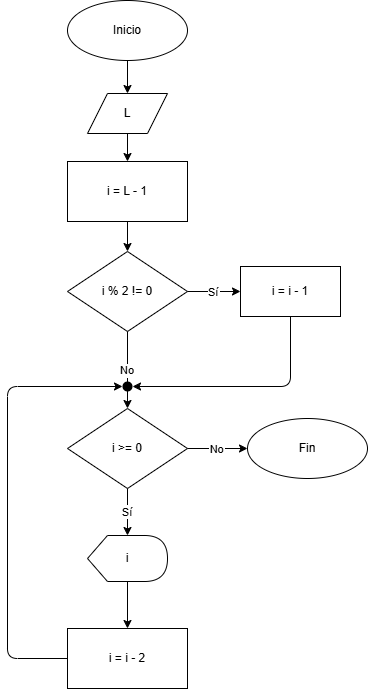
Above: chapter4/dfd/dfd4.5.7_10.png in UPclopezpAalgorithmsBook/solutions (draw.io), before the change. Source tidied: cells renumbered, new cells last; positions are measured from the earlier drawing's top-left corner, leaving out a move shared by most shapes.
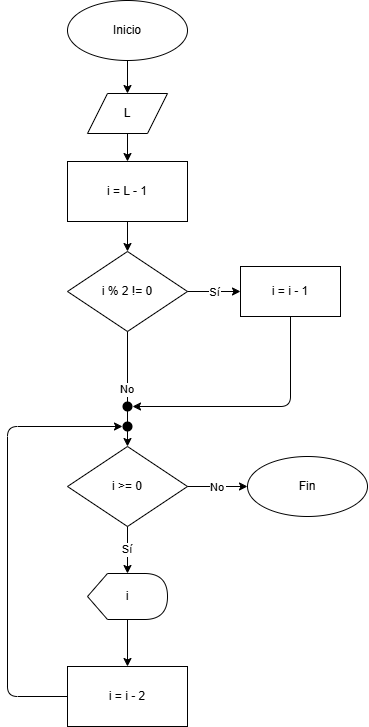
Above is the later version.

Change to the diagram source:
```diff
@@ -2,24 +2,60 @@
   <root>
     <mxCell id="0" />
     <mxCell id="1" parent="0" />
-    <mxCell id="2" parent="1" edge="1">
-      <mxGeometry relative="1" as="geometry">
-        <mxPoint x="60" y="381" as="targetPoint" />
-        <Array as="points">
-          <mxPoint y="491" />
-          <mxPoint y="381" />
-        </Array>
-      </mxGeometry>
-    </mxCell>
-    <mxCell id="3" style="endArrow=classic;html=1;exitX=0;exitY=0.5;exitDx=0;exitDy=0;entryX=0;entryY=0.5;entryDx=0;entryDy=0;" parent="1" edge="1">
-      <mxGeometry relative="1" as="geometry">
-        <mxPoint x="60" y="201" as="targetPoint" />
-        <Array as="points">
-          <mxPoint y="441" />
-          <mxPoint y="201" />
-        </Array>
-      </mxGeometry>
-    </mxCell>
+    <mxCell id="24" parent="1" edge="1">
+      <mxGeometry relative="1" as="geometry">
+        <mxPoint x="60" y="381" as="targetPoint" />
+        <Array as="points">
+          <mxPoint y="491" />
+          <mxPoint y="381" />
+        </Array>
+      </mxGeometry>
+    </mxCell>
+    <mxCell id="25" style="endArrow=classic;html=1;exitX=0;exitY=0.5;exitDx=0;exitDy=0;entryX=0;entryY=0.5;entryDx=0;entryDy=0;" parent="1" edge="1">
+      <mxGeometry relative="1" as="geometry">
+        <mxPoint x="60" y="201" as="targetPoint" />
+        <Array as="points">
+          <mxPoint y="441" />
+          <mxPoint y="201" />
+        </Array>
+      </mxGeometry>
+    </mxCell>
+    <mxCell id="26" parent="1" edge="1">
+      <mxGeometry relative="1" as="geometry">
+        <mxPoint x="60" y="381" as="targetPoint" />
+        <Array as="points">
+          <mxPoint y="491" />
+          <mxPoint y="381" />
+        </Array>
+      </mxGeometry>
+    </mxCell>
+    <mxCell id="27" style="endArrow=classic;html=1;exitX=0;exitY=0.5;exitDx=0;exitDy=0;entryX=0;entryY=0.5;entryDx=0;entryDy=0;" parent="1" edge="1">
+      <mxGeometry relative="1" as="geometry">
+        <mxPoint x="60" y="201" as="targetPoint" />
+        <Array as="points">
+          <mxPoint y="441" />
+          <mxPoint y="201" />
+        </Array>
+      </mxGeometry>
+    </mxCell>
+    <mxCell id="28" parent="1" edge="1">
+      <mxGeometry relative="1" as="geometry">
+        <mxPoint x="60" y="381" as="targetPoint" />
+        <Array as="points">
+          <mxPoint y="491" />
+          <mxPoint y="381" />
+        </Array>
+      </mxGeometry>
+    </mxCell>
+    <mxCell id="29" style="endArrow=classic;html=1;exitX=0;exitY=0.5;exitDx=0;exitDy=0;entryX=0;entryY=0.5;entryDx=0;entryDy=0;" parent="1" edge="1">
+      <mxGeometry relative="1" as="geometry">
+        <mxPoint x="60" y="201" as="targetPoint" />
+        <Array as="points">
+          <mxPoint y="441" />
+          <mxPoint y="201" />
+        </Array>
+      </mxGeometry>
+    </mxCell>
     <mxCell id="4" value="Inicio" style="ellipse;whiteSpace=wrap;html=1;" parent="1" vertex="1">
       <mxGeometry x="60" width="120" height="60" as="geometry" />
     </mxCell>
@@ -36,16 +72,16 @@
       <mxGeometry x="233" y="266" width="100" height="50" as="geometry" />
     </mxCell>
     <mxCell id="9" value="i &amp;gt;= 0" style="rhombus;whiteSpace=wrap;html=1;" parent="1" vertex="1">
-      <mxGeometry x="60" y="408" width="120" height="80" as="geometry" />
+      <mxGeometry x="60" y="446" width="120" height="80" as="geometry" />
     </mxCell>
     <mxCell id="10" value="i" style="shape=display;whiteSpace=wrap;html=1;" parent="1" vertex="1">
-      <mxGeometry x="80" y="535" width="80" height="46" as="geometry" />
+      <mxGeometry x="80" y="573" width="80" height="46" as="geometry" />
     </mxCell>
     <mxCell id="11" value="i = i - 2" style="rounded=0;whiteSpace=wrap;html=1;" parent="1" vertex="1">
-      <mxGeometry x="60" y="628" width="120" height="60" as="geometry" />
+      <mxGeometry x="60" y="666" width="120" height="60" as="geometry" />
     </mxCell>
     <mxCell id="12" value="Fin" style="ellipse;whiteSpace=wrap;html=1;" parent="1" vertex="1">
-      <mxGeometry x="240" y="418" width="120" height="60" as="geometry" />
+      <mxGeometry x="240" y="456" width="120" height="60" as="geometry" />
     </mxCell>
     <mxCell id="13" parent="1" edge="1" source="4" target="5">
       <mxGeometry relative="1" as="geometry" />
@@ -71,23 +107,26 @@
     <mxCell id="20" parent="1" edge="1" source="10" target="11">
       <mxGeometry relative="1" as="geometry" />
     </mxCell>
-    <mxCell id="21" style="entryX=0;entryY=0.5;entryDx=0;entryDy=0;" parent="1" edge="1" source="11" target="23">
-      <mxGeometry relative="1" as="geometry">
-        <Array as="points">
-          <mxPoint y="658" />
-          <mxPoint y="386" />
-        </Array>
-      </mxGeometry>
-    </mxCell>
-    <mxCell id="22" parent="1" edge="1" source="8" target="23">
-      <mxGeometry relative="1" as="geometry">
-        <Array as="points">
-          <mxPoint x="283" y="386" />
-        </Array>
-      </mxGeometry>
-    </mxCell>
-    <mxCell id="23" style="ellipse;whiteSpace=wrap;html=1;strokeColor=none;fillColor=#000000;" parent="1" vertex="1">
-      <mxGeometry x="115" y="381" width="10" height="10" as="geometry" />
-    </mxCell>
+    <mxCell id="30" style="entryX=0;entryY=0.5;entryDx=0;entryDy=0;" parent="1" edge="1" source="11" target="32">
+      <mxGeometry relative="1" as="geometry">
+        <Array as="points">
+          <mxPoint y="696" />
+          <mxPoint y="426" />
+        </Array>
+      </mxGeometry>
+    </mxCell>
+    <mxCell id="31" style="entryX=1;entryY=0.5;entryDx=0;entryDy=0;exitX=0.5;exitY=1;exitDx=0;exitDy=0;" parent="1" edge="1" source="8" target="33">
+      <mxGeometry relative="1" as="geometry">
+        <Array as="points">
+          <mxPoint x="283" y="406" />
+        </Array>
+      </mxGeometry>
+    </mxCell>
+    <mxCell id="32" style="ellipse;whiteSpace=wrap;html=1;strokeColor=none;fillColor=#000000;" parent="1" vertex="1">
+      <mxGeometry x="115" y="421" width="10" height="10" as="geometry" />
+    </mxCell>
+    <mxCell id="33" style="ellipse;whiteSpace=wrap;html=1;strokeColor=none;fillColor=#000000;" parent="1" vertex="1">
+      <mxGeometry x="115" y="401" width="10" height="10" as="geometry" />
+    </mxCell>
   </root>
 </mxGraphModel>
```
